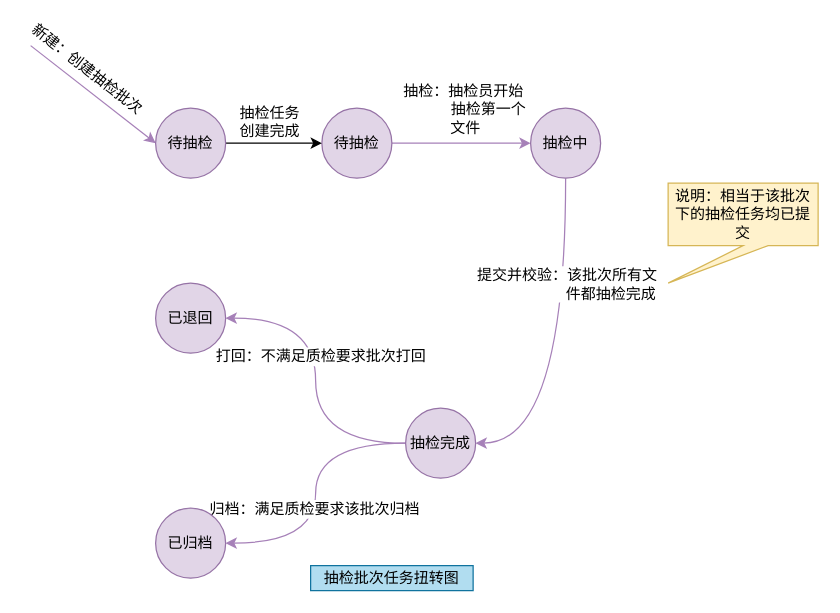
The draw.io diagram 抽检批次状态图.drawio in gumuqi/draw.io, before the edit. Source tidied: cells renumbered, new cells numbered last; positions are measured from the earlier drawing's top-left corner, leaving out a move shared by most shapes. Both pictures are drawn from the tidied source at 125%, with x=0, y=0 at pixel (30, 45).
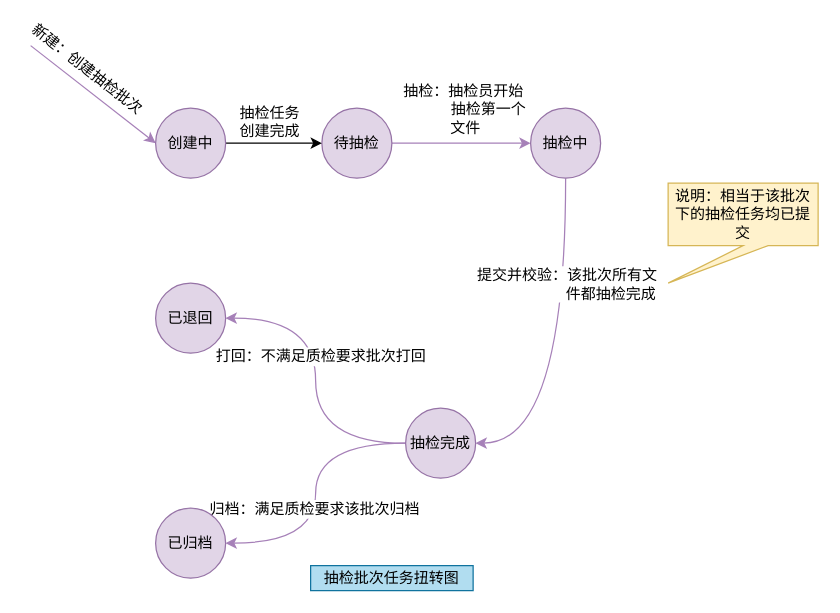
The same page after the edit.

Commit message:
更新抽检批次状态图.drawio

Diff of the diagram source:
```diff
@@
-    <mxCell id="21" value="待抽检" style="ellipse;whiteSpace=wrap;html=1;fillColor=#e1d5e7;strokeColor=#9673a6;" parent="1" vertex="1">
+    <mxCell id="21" value="创建中" style="ellipse;whiteSpace=wrap;html=1;fillColor=#e1d5e7;strokeColor=#9673a6;" parent="1" vertex="1">
       <mxGeometry x="100" y="50" width="56" height="56" as="geometry" />
     </mxCell>
```
